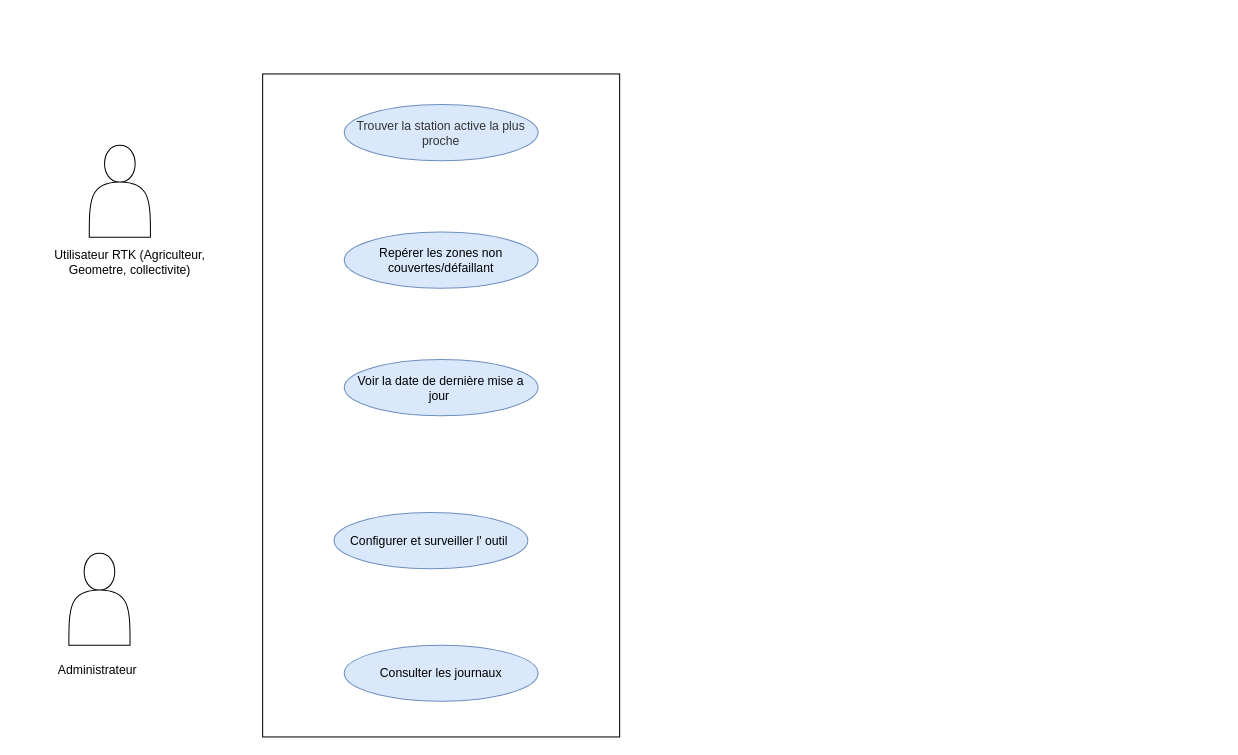
Before: Diagramme sans nom.drawio in Akatebra/Projet_Info_Voronoi, a draw.io diagram. Source tidied: cells renumbered, new cells numbered last; positions are measured from the earlier drawing's top-left corner, leaving out a move shared by most shapes. Both pictures are drawn from the tidied source at 102%, with x=0, y=0 at pixel (48, 104).
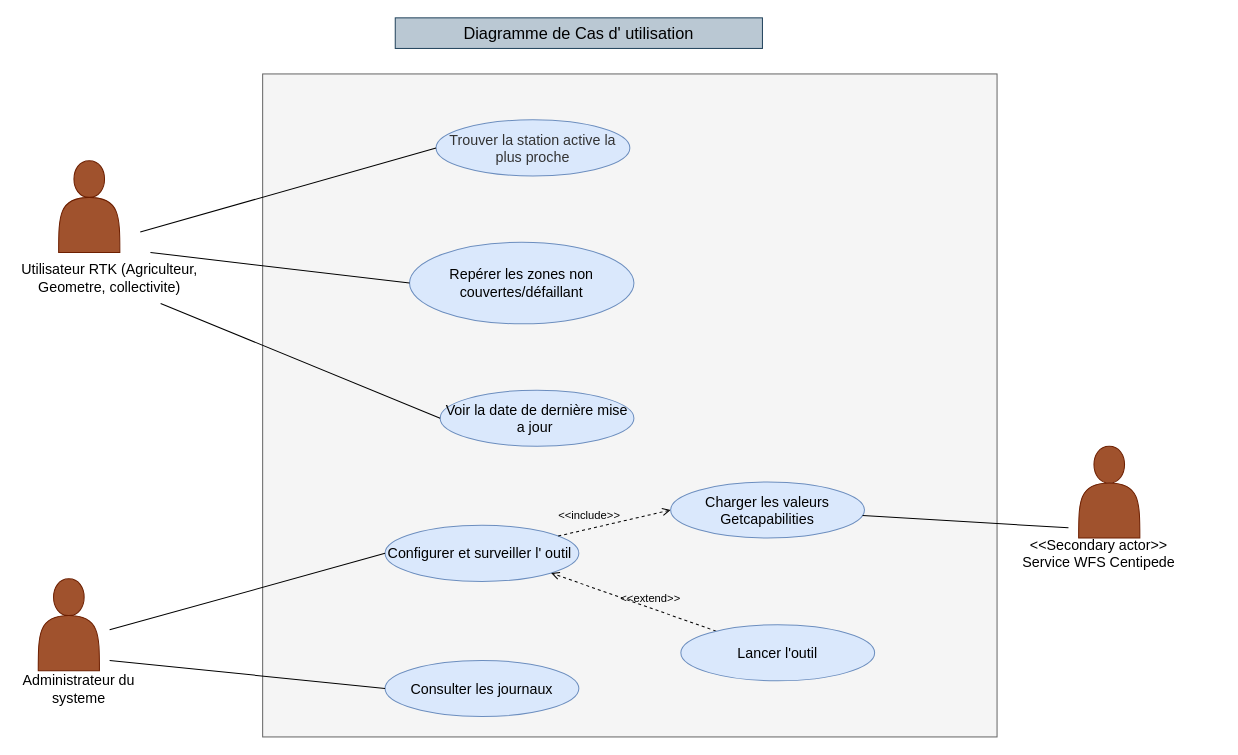
After the change.

Commit message:
Diagramme de cas d'utilisation.drawio

What changed in the source:
```diff
@@
-    <mxCell id="2" style="rounded=0;whiteSpace=wrap;html=1;rotation=90;" parent="1" vertex="1">
-      <mxGeometry x="60" y="120" width="650" height="350" as="geometry" />
+    <mxCell id="2" value="&lt;span style=&quot;color: rgba(0, 0, 0, 0); font-family: monospace; font-size: 1px; text-align: start; white-space: nowrap;&quot;&gt;%3CmxGraphModel%3E%3Croot%3E%3CmxCell%20id%3D%220%22%2F%3E%3CmxCell%20id%3D%221%22%20parent%3D%220%22%2F%3E%3CmxCell%20id%3D%222%22%20parent%3D%221%22%20style%3D%22ellipse%3BwhiteSpace%3Dwrap%3Bhtml%3D1%3BshapeInside%3D1%3BfillColor%3D%23dae8fc%3BstrokeColor%3D%236c8ebf%3B%22%20value%3D%22Configurer%20et%20surveiller%20l'%20outil%26amp%3Bnbsp%3B%22%20vertex%3D%221%22%3E%3CmxGeometry%20height%3D%2255%22%20width%3D%22190%22%20x%3D%22319%22%20y%3D%22630%22%20as%3D%22geometry%22%2F%3E%3C%2FmxCell%3E%3C%2Froot%3E%3C%2FmxGraphModel%3E&lt;/span&gt;" style="rounded=0;whiteSpace=wrap;html=1;rotation=90;fillColor=#f5f5f5;strokeColor=#666666;fontColor=#333333;" parent="1" vertex="1">
+      <mxGeometry x="245" y="-65" width="650" height="720" as="geometry" />
     </mxCell>
-    <mxCell id="3" style="shape=actor;whiteSpace=wrap;html=1;" parent="1" vertex="1">
-      <mxGeometry x="40" y="40" width="60" height="90" as="geometry" />
+    <mxCell id="3" style="shape=actor;whiteSpace=wrap;html=1;fillColor=#a0522d;fontColor=#ffffff;strokeColor=#6D1F00;" parent="1" vertex="1">
+      <mxGeometry x="10" y="55" width="60" height="90" as="geometry" />
     </mxCell>
-    <mxCell id="4" value="Utilisateur RTK (Agriculteur, Geometre, collectivite)" style="text;html=1;whiteSpace=wrap;strokeColor=none;fillColor=none;align=center;verticalAlign=middle;rounded=0;" parent="1" vertex="1">
-      <mxGeometry y="140" width="160" height="30" as="geometry" />
+    <mxCell id="4" value="&lt;font style=&quot;font-size: 14px;&quot;&gt;Utilisateur RTK (Agriculteur, Geometre, collectivite)&lt;/font&gt;" style="text;html=1;whiteSpace=wrap;strokeColor=none;fillColor=none;align=center;verticalAlign=middle;rounded=0;" parent="1" vertex="1">
+      <mxGeometry x="-30" y="155" width="180" height="30" as="geometry" />
     </mxCell>
-    <mxCell id="5" style="shape=actor;whiteSpace=wrap;html=1;" parent="1" vertex="1">
-      <mxGeometry x="20" y="440" width="60" height="90" as="geometry" />
+    <mxCell id="5" style="shape=actor;whiteSpace=wrap;html=1;fillColor=#a0522d;fontColor=#ffffff;strokeColor=#6D1F00;" parent="1" vertex="1">
+      <mxGeometry x="-10" y="465" width="60" height="90" as="geometry" />
     </mxCell>
-    <mxCell id="6" value="&lt;span style=&quot;color: rgb(51, 51, 51);&quot;&gt;Trouver la station active la plus proche&lt;/span&gt;" style="ellipse;whiteSpace=wrap;html=1;shapeInside=1;fillColor=#dae8fc;strokeColor=#6c8ebf;" parent="1" vertex="1">
-      <mxGeometry x="290" width="190" height="55" as="geometry" />
+    <mxCell id="6" value="&lt;span style=&quot;color: rgb(51, 51, 51);&quot;&gt;&lt;font style=&quot;font-size: 14px;&quot;&gt;Trouver la station active la plus proche&lt;/font&gt;&lt;/span&gt;" style="ellipse;whiteSpace=wrap;html=1;shapeInside=1;fillColor=#dae8fc;strokeColor=#6c8ebf;" parent="1" vertex="1">
+      <mxGeometry x="380" y="15" width="190" height="55" as="geometry" />
     </mxCell>
-    <mxCell id="7" value="Repérer les zones non couvertes/défaillant" style="ellipse;whiteSpace=wrap;html=1;shapeInside=1;fillColor=#dae8fc;strokeColor=#6c8ebf;" parent="1" vertex="1">
-      <mxGeometry x="290" y="125" width="190" height="55" as="geometry" />
+    <mxCell id="7" value="&lt;font style=&quot;font-size: 14px;&quot;&gt;Repérer les zones non couvertes/défaillant&lt;/font&gt;" style="ellipse;whiteSpace=wrap;html=1;shapeInside=1;fillColor=#dae8fc;strokeColor=#6c8ebf;" parent="1" vertex="1">
+      <mxGeometry x="354" y="135" width="220" height="80" as="geometry" />
     </mxCell>
-    <mxCell id="8" value="Voir la date de dernière mise a jour&amp;nbsp;" style="ellipse;whiteSpace=wrap;html=1;shapeInside=1;fillColor=#dae8fc;strokeColor=#6c8ebf;" parent="1" vertex="1">
-      <mxGeometry x="290" y="250" width="190" height="55" as="geometry" />
+    <mxCell id="8" value="&lt;font style=&quot;font-size: 14px;&quot;&gt;Voir la date de dernière mise a jour&amp;nbsp;&lt;/font&gt;" style="ellipse;whiteSpace=wrap;html=1;shapeInside=1;fillColor=#dae8fc;strokeColor=#6c8ebf;" parent="1" vertex="1">
+      <mxGeometry x="384" y="280" width="190" height="55" as="geometry" />
     </mxCell>
-    <mxCell id="9" value="Administrateur&amp;nbsp;" style="text;html=1;whiteSpace=wrap;strokeColor=none;fillColor=none;align=center;verticalAlign=middle;rounded=0;" parent="1" vertex="1">
-      <mxGeometry x="20" y="540" width="60" height="30" as="geometry" />
+    <mxCell id="9" value="&lt;font style=&quot;font-size: 14px;&quot;&gt;Administrateur du systeme&lt;/font&gt;" style="text;html=1;whiteSpace=wrap;strokeColor=none;fillColor=none;align=center;verticalAlign=middle;rounded=0;" parent="1" vertex="1">
+      <mxGeometry x="-30" y="557.5" width="120" height="30" as="geometry" />
     </mxCell>
-    <mxCell id="10" value="Configurer et surveiller l' outil&amp;nbsp;" style="ellipse;whiteSpace=wrap;html=1;shapeInside=1;fillColor=#dae8fc;strokeColor=#6c8ebf;" parent="1" vertex="1">
-      <mxGeometry x="280" y="400" width="190" height="55" as="geometry" />
+    <mxCell id="10" value="&lt;font style=&quot;font-size: 14px;&quot;&gt;Configurer et surveiller l' outil&amp;nbsp;&lt;/font&gt;" style="ellipse;whiteSpace=wrap;html=1;shapeInside=1;fillColor=#dae8fc;strokeColor=#6c8ebf;" parent="1" vertex="1">
+      <mxGeometry x="330" y="412.5" width="190" height="55" as="geometry" />
     </mxCell>
-    <mxCell id="11" value="Consulter les journaux" style="ellipse;whiteSpace=wrap;html=1;shapeInside=1;fillColor=#dae8fc;strokeColor=#6c8ebf;" parent="1" vertex="1">
-      <mxGeometry x="290" y="530" width="190" height="55" as="geometry" />
+    <mxCell id="11" value="&lt;font style=&quot;font-size: 14px;&quot;&gt;Consulter les journaux&lt;/font&gt;" style="ellipse;whiteSpace=wrap;html=1;shapeInside=1;fillColor=#dae8fc;strokeColor=#6c8ebf;" parent="1" vertex="1">
+      <mxGeometry x="330" y="545" width="190" height="55" as="geometry" />
     </mxCell>
+    <mxCell id="12" value="&amp;lt;&amp;lt;extend&amp;gt;&amp;gt;" style="html=1;verticalAlign=bottom;labelBackgroundColor=none;endArrow=open;endFill=0;dashed=1;rounded=0;defaultLabelBackgroundColor=page;labelPadding=0 4;entryX=1;entryY=1;entryDx=0;entryDy=0;" parent="1" edge="1" source="13" target="10">
+      <mxGeometry x="-0.19" relative="1" as="geometry" />
+    </mxCell>
+    <mxCell id="13" value="&lt;font style=&quot;font-size: 14px;&quot;&gt;Lancer l'outil&lt;/font&gt;" style="ellipse;whiteSpace=wrap;html=1;shapeInside=1;fillColor=#dae8fc;strokeColor=#6c8ebf;" parent="1" vertex="1">
+      <mxGeometry x="620" y="510" width="190" height="55" as="geometry" />
+    </mxCell>
+    <mxCell id="14" value="&amp;lt;&amp;lt;include&amp;gt;&amp;gt;" style="html=1;verticalAlign=bottom;labelBackgroundColor=none;endArrow=open;endFill=0;dashed=1;rounded=0;defaultLabelBackgroundColor=page;labelPadding=0 4;entryX=0;entryY=0.5;entryDx=0;entryDy=0;" parent="1" edge="1" source="10" target="15">
+      <mxGeometry x="-0.44" y="4" relative="1" as="geometry" />
+    </mxCell>
+    <mxCell id="15" value="&lt;font style=&quot;font-size: 14px;&quot;&gt;Charger les valeurs Getcapabilities&lt;/font&gt;" style="ellipse;whiteSpace=wrap;html=1;shapeInside=1;fillColor=#dae8fc;strokeColor=#6c8ebf;" parent="1" vertex="1">
+      <mxGeometry x="610" y="370" width="190" height="55" as="geometry" />
+    </mxCell>
+    <mxCell id="16" style="endArrow=none;html=1;rounded=0;defaultLabelBackgroundColor=page;labelPadding=0 4;entryX=0;entryY=0.5;entryDx=0;entryDy=0;" parent="1" edge="1" target="6">
+      <mxGeometry relative="1" as="geometry">
+        <mxPoint x="90" y="125" as="sourcePoint" />
+      </mxGeometry>
+    </mxCell>
+    <mxCell id="17" style="endArrow=none;html=1;rounded=0;defaultLabelBackgroundColor=page;labelPadding=0 4;entryX=0;entryY=0.5;entryDx=0;entryDy=0;" parent="1" edge="1" target="7">
+      <mxGeometry relative="1" as="geometry">
+        <mxPoint x="100" y="145" as="sourcePoint" />
+      </mxGeometry>
+    </mxCell>
+    <mxCell id="18" style="endArrow=none;html=1;rounded=0;defaultLabelBackgroundColor=page;labelPadding=0 4;entryX=0;entryY=0.5;entryDx=0;entryDy=0;" parent="1" edge="1" target="8">
+      <mxGeometry relative="1" as="geometry">
+        <mxPoint x="110" y="195" as="sourcePoint" />
+      </mxGeometry>
+    </mxCell>
+    <mxCell id="19" style="endArrow=none;html=1;rounded=0;defaultLabelBackgroundColor=page;labelPadding=0 4;entryX=0;entryY=0.5;entryDx=0;entryDy=0;" parent="1" edge="1" target="10">
+      <mxGeometry relative="1" as="geometry">
+        <mxPoint x="60" y="515" as="sourcePoint" />
+      </mxGeometry>
+    </mxCell>
+    <mxCell id="20" style="endArrow=none;html=1;rounded=0;defaultLabelBackgroundColor=page;labelPadding=0 4;entryX=0;entryY=0.5;entryDx=0;entryDy=0;" parent="1" edge="1" target="11">
+      <mxGeometry relative="1" as="geometry">
+        <mxPoint x="60" y="545" as="sourcePoint" />
+      </mxGeometry>
+    </mxCell>
+    <mxCell id="21" style="shape=actor;whiteSpace=wrap;html=1;fillColor=#a0522d;fontColor=#ffffff;strokeColor=#6D1F00;" parent="1" vertex="1">
+      <mxGeometry x="1010" y="335" width="60" height="90" as="geometry" />
+    </mxCell>
+    <mxCell id="22" style="endArrow=none;html=1;rounded=0;defaultLabelBackgroundColor=page;labelPadding=0 4;" parent="1" edge="1" source="15">
+      <mxGeometry relative="1" as="geometry">
+        <mxPoint x="1000" y="415" as="targetPoint" />
+      </mxGeometry>
+    </mxCell>
+    <mxCell id="23" value="&lt;font style=&quot;font-size: 14px;&quot;&gt;&amp;lt;&amp;lt;Secondary actor&amp;gt;&amp;gt;&lt;/font&gt;&lt;div&gt;&lt;font style=&quot;font-size: 14px;&quot;&gt;Service WFS Centipede&lt;/font&gt;&lt;/div&gt;" style="text;html=1;whiteSpace=wrap;strokeColor=none;fillColor=none;align=center;verticalAlign=middle;rounded=0;" parent="1" vertex="1">
+      <mxGeometry x="910" y="425" width="240" height="30" as="geometry" />
+    </mxCell>
+    <mxCell id="24" value="&lt;font style=&quot;font-size: 16px;&quot;&gt;Diagramme de Cas d' utilisation&lt;/font&gt;" style="text;html=1;whiteSpace=wrap;strokeColor=#23445d;fillColor=#bac8d3;align=center;verticalAlign=middle;rounded=0;" parent="1" vertex="1">
+      <mxGeometry x="340" y="-85" width="360" height="30" as="geometry" />
+    </mxCell>
```
